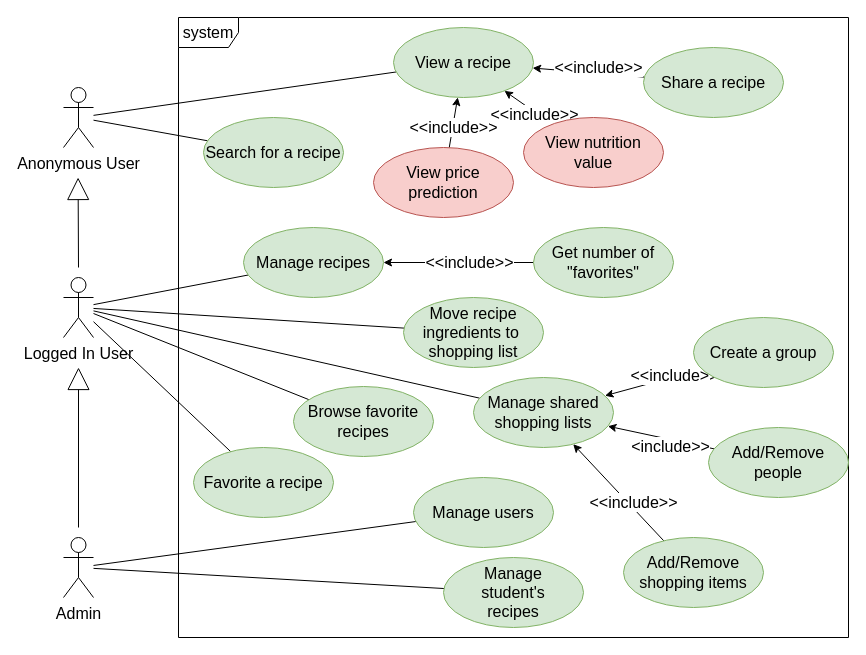
Earlier version of the draw.io diagram page "Page-1" (2 of 3) of docs/diagrams.drawio (hungdojan/DesignOfWWW2024). Source tidied: cells renumbered, new cells numbered last; positions are measured from the earlier drawing's top-left corner, leaving out a move shared by most shapes. Both pictures are drawn from the tidied source at 100%, with x=0, y=0 at pixel (63, 17).
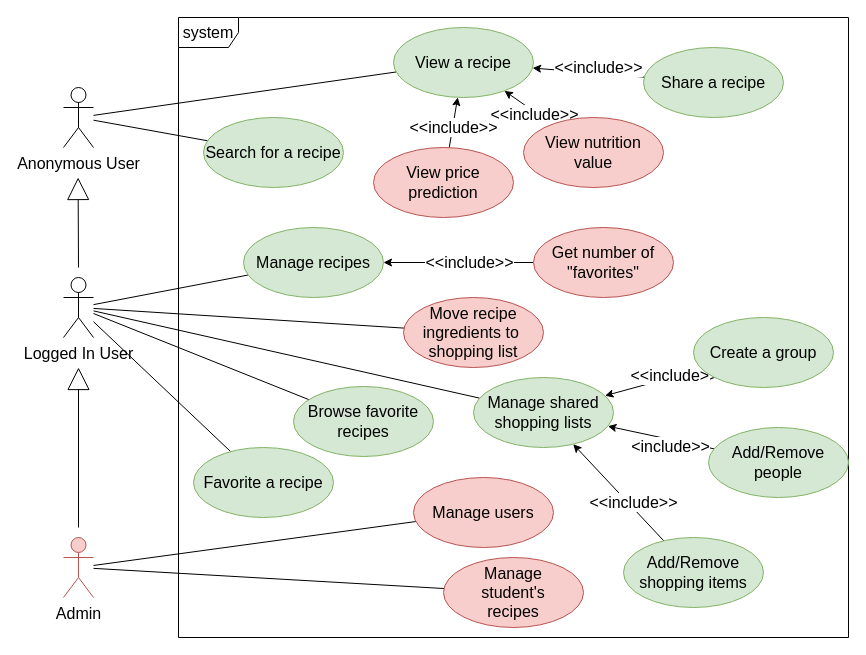
The same page after the edit.

What changed in the source:
```diff
@@
-    <mxCell id="6" value="Admin&lt;br style=&quot;font-size: 16px;&quot;&gt;" style="shape=umlActor;verticalLabelPosition=bottom;verticalAlign=top;html=1;fontSize=16;" parent="1" vertex="1">
+    <mxCell id="6" value="Admin&lt;br style=&quot;font-size: 16px;&quot;&gt;" style="shape=umlActor;verticalLabelPosition=bottom;verticalAlign=top;html=1;fontSize=16;fillColor=#f8cecc;strokeColor=#b85450;" parent="1" vertex="1">
       <mxGeometry y="520" width="30" height="60" as="geometry" />
     </mxCell>
@@
-    <mxCell id="19" value="Manage users" style="ellipse;whiteSpace=wrap;html=1;fontSize=16;fillColor=#d5e8d4;strokeColor=#82b366;" parent="1" vertex="1">
+    <mxCell id="19" value="Manage users" style="ellipse;whiteSpace=wrap;html=1;fontSize=16;fillColor=#f8cecc;strokeColor=#b85450;" parent="1" vertex="1">
       <mxGeometry x="350" y="460" width="140" height="70" as="geometry" />
     </mxCell>
@@
-    <mxCell id="22" value="Get number of &lt;br style=&quot;font-size: 16px;&quot;&gt;&quot;favorites&quot;" style="ellipse;whiteSpace=wrap;html=1;fontSize=16;fillColor=#d5e8d4;strokeColor=#82b366;" parent="1" vertex="1">
+    <mxCell id="22" value="Get number of &lt;br style=&quot;font-size: 16px;&quot;&gt;&quot;favorites&quot;" style="ellipse;whiteSpace=wrap;html=1;fontSize=16;fillColor=#f8cecc;strokeColor=#b85450;" parent="1" vertex="1">
       <mxGeometry x="470" y="210" width="140" height="70" as="geometry" />
     </mxCell>
@@
-    <mxCell id="32" value="Move recipe &lt;br style=&quot;font-size: 16px;&quot;&gt;ingredients to&amp;nbsp;&lt;br style=&quot;font-size: 16px;&quot;&gt;shopping list" style="ellipse;whiteSpace=wrap;html=1;fontSize=16;fillColor=#d5e8d4;strokeColor=#82b366;" parent="1" vertex="1">
+    <mxCell id="32" value="Move recipe &lt;br style=&quot;font-size: 16px;&quot;&gt;ingredients to&amp;nbsp;&lt;br style=&quot;font-size: 16px;&quot;&gt;shopping list" style="ellipse;whiteSpace=wrap;html=1;fontSize=16;fillColor=#f8cecc;strokeColor=#b85450;" parent="1" vertex="1">
       <mxGeometry x="340" y="280" width="140" height="70" as="geometry" />
     </mxCell>
@@
-    <mxCell id="42" value="Manage&lt;br&gt;student's&lt;br&gt;recipes" style="ellipse;whiteSpace=wrap;html=1;fontSize=16;fillColor=#d5e8d4;strokeColor=#82b366;" parent="1" vertex="1">
+    <mxCell id="42" value="Manage&lt;br&gt;student's&lt;br&gt;recipes" style="ellipse;whiteSpace=wrap;html=1;fontSize=16;fillColor=#f8cecc;strokeColor=#b85450;" parent="1" vertex="1">
       <mxGeometry x="380" y="540" width="140" height="70" as="geometry" />
     </mxCell>
```
